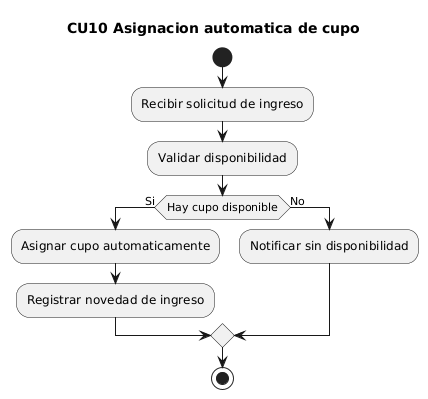
Earlier version of the PlantUML export docs/uml/render/actividades_cu/CU10_actividad_asignacion_automatica.png (maranavard/SISTEMA-COMPUTACIONAL-PARA-LA-GESTION-Y-CONTROL-DE-ACCESO-DE-AUTOMOVILES-M-DULO-WEB). The source it was exported from:
```plantuml
@startuml
title CU10 Asignacion automatica de cupo
start
:Recibir solicitud de ingreso;
:Validar disponibilidad;
if (Hay cupo disponible) then (Si)
  :Asignar cupo automaticamente;
  :Registrar novedad de ingreso;
else (No)
  :Notificar sin disponibilidad;
endif
stop
@enduml
```
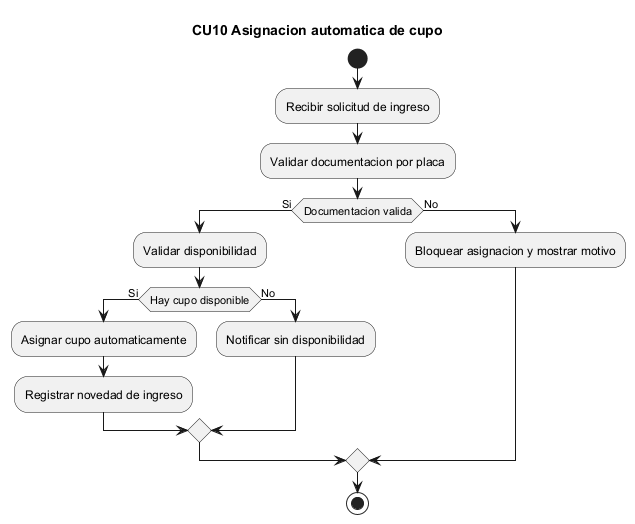
Later version of the same file.

Change to the diagram source:
```diff
@@ -1,13 +1,18 @@
-@startuml
+@startuml CU10_actividad_asignacion_automatica
 title CU10 Asignacion automatica de cupo
 start
 :Recibir solicitud de ingreso;
-:Validar disponibilidad;
-if (Hay cupo disponible) then (Si)
-  :Asignar cupo automaticamente;
-  :Registrar novedad de ingreso;
+:Validar documentacion por placa;
+if (Documentacion valida) then (Si)
+  :Validar disponibilidad;
+  if (Hay cupo disponible) then (Si)
+    :Asignar cupo automaticamente;
+    :Registrar novedad de ingreso;
+  else (No)
+    :Notificar sin disponibilidad;
+  endif
 else (No)
-  :Notificar sin disponibilidad;
+  :Bloquear asignacion y mostrar motivo;
 endif
 stop
 @enduml
```
